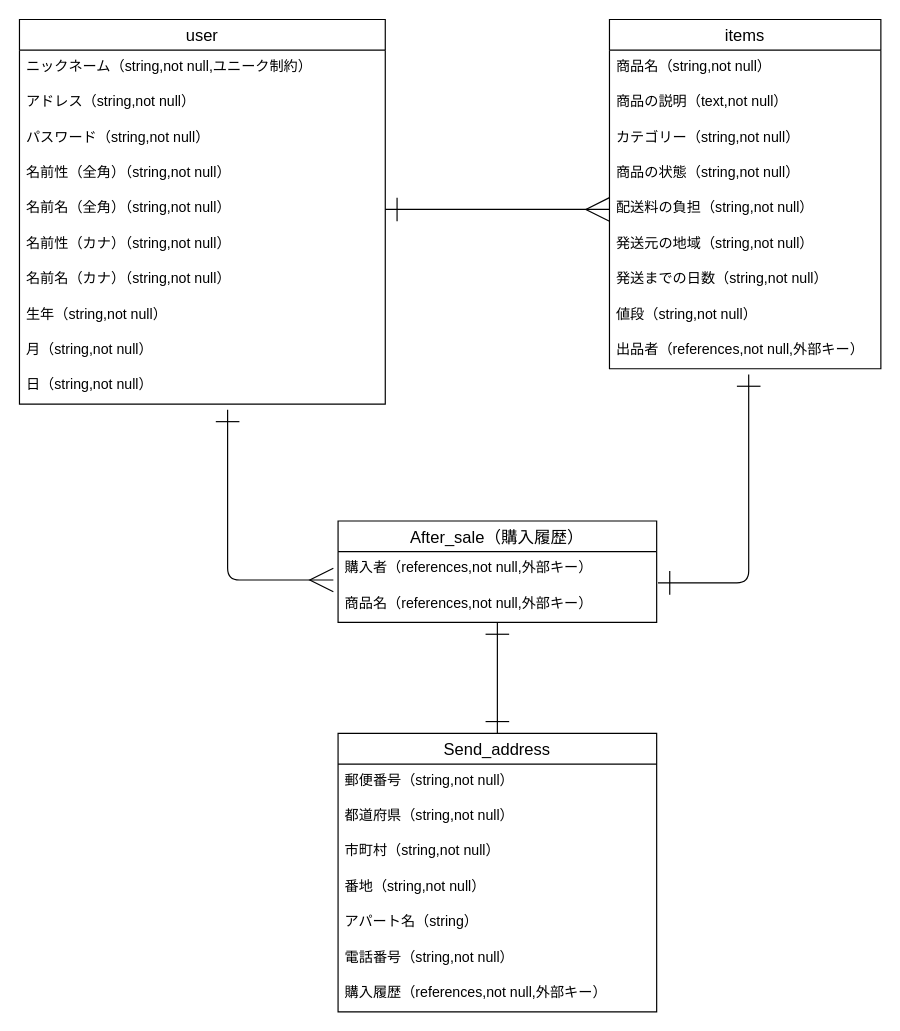
Above: date.dio in naomi0427/furima-38707 (draw.io), before the change. Source tidied: cells renumbered, new cells numbered last; positions are measured from the earlier drawing's top-left corner, leaving out a move shared by most shapes. Both pictures are drawn from the tidied source at 118%, with x=0, y=0 at pixel (19, 19).
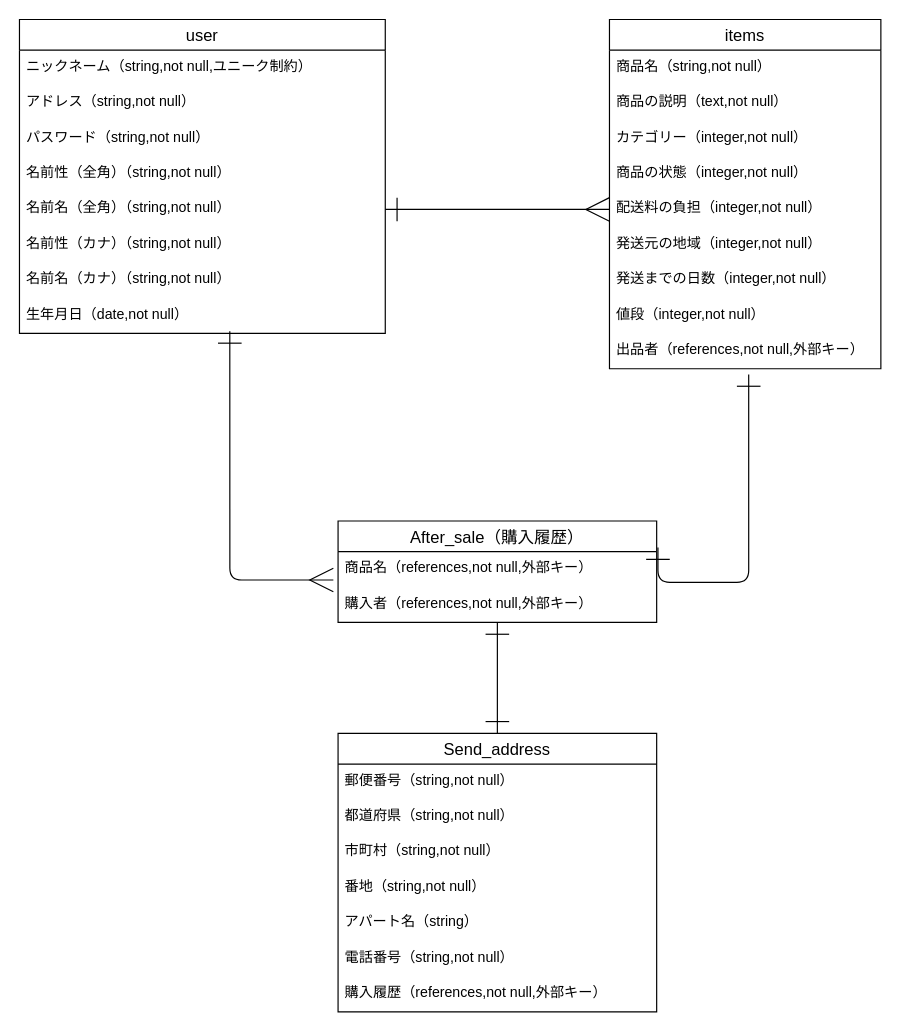
After the change.

Commit message (it also covers changes not shown here):
ER図・README作成の修正

The change refers to these unchanged cells:
```xml
<mxCell id="13" value="items" style="swimlane;fontStyle=0;horizontal=1;startSize=26;align=center;fontSize=14;" parent="1" vertex="1">
  <mxGeometry x="500" width="230" height="296" as="geometry" />
</mxCell>
<mxCell id="25" value="After_sale（購入履歴）" style="swimlane;fontStyle=0;horizontal=1;startSize=26;align=center;fontSize=14;" parent="1" vertex="1">
  <mxGeometry x="270" y="425" width="270" height="86" as="geometry" />
</mxCell>
```

The edit, as a diff of the source:
```diff
@@
     <mxCell id="2" value="user" style="swimlane;fontStyle=0;horizontal=1;startSize=26;align=center;fontSize=14;" parent="1" vertex="1">
-      <mxGeometry width="310" height="326" as="geometry" />
+      <mxGeometry width="310" height="266" as="geometry" />
     </mxCell>
@@
-    <mxCell id="10" value="生年（string,not null）" style="text;strokeColor=none;fillColor=none;spacingLeft=4;spacingRight=4;overflow=hidden;points=[[0,0.5],[1,0.5]];portConstraint=eastwest;fontSize=12;" parent="2" vertex="1">
+    <mxCell id="10" value="生年月日（date,not null）" style="text;strokeColor=none;fillColor=none;spacingLeft=4;spacingRight=4;overflow=hidden;points=[[0,0.5],[1,0.5]];portConstraint=eastwest;fontSize=12;" parent="2" vertex="1">
       <mxGeometry y="236" width="310" height="30" as="geometry" />
     </mxCell>
-    <mxCell id="11" value="月（string,not null）" style="text;strokeColor=none;fillColor=none;spacingLeft=4;spacingRight=4;overflow=hidden;fontSize=12;" parent="2" vertex="1">
-      <mxGeometry y="266" width="310" height="30" as="geometry" />
-    </mxCell>
-    <mxCell id="12" value="日（string,not null）" style="text;strokeColor=none;fillColor=none;spacingLeft=4;spacingRight=4;overflow=hidden;points=[[0,0.5],[1,0.5]];portConstraint=eastwest;fontSize=12;" parent="2" vertex="1">
-      <mxGeometry y="296" width="310" height="30" as="geometry" />
-    </mxCell>
@@
-    <mxCell id="16" value="カテゴリー（string,not null）&#10;" style="text;strokeColor=none;fillColor=none;spacingLeft=4;spacingRight=4;overflow=hidden;fontSize=12;" parent="13" vertex="1">
+    <mxCell id="16" value="カテゴリー（integer,not null）&#10;" style="text;strokeColor=none;fillColor=none;spacingLeft=4;spacingRight=4;overflow=hidden;fontSize=12;" parent="13" vertex="1">
       <mxGeometry y="86" width="230" height="30" as="geometry" />
     </mxCell>
-    <mxCell id="17" value="商品の状態（string,not null）" style="text;strokeColor=none;fillColor=none;spacingLeft=4;spacingRight=4;overflow=hidden;fontSize=12;" parent="13" vertex="1">
+    <mxCell id="17" value="商品の状態（integer,not null）" style="text;strokeColor=none;fillColor=none;spacingLeft=4;spacingRight=4;overflow=hidden;fontSize=12;" parent="13" vertex="1">
       <mxGeometry y="116" width="230" height="30" as="geometry" />
     </mxCell>
-    <mxCell id="18" value="配送料の負担（string,not null）" style="text;strokeColor=none;fillColor=none;spacingLeft=4;spacingRight=4;overflow=hidden;points=[[0,0.5],[1,0.5]];portConstraint=eastwest;fontSize=12;" parent="13" vertex="1">
+    <mxCell id="18" value="配送料の負担（integer,not null）" style="text;strokeColor=none;fillColor=none;spacingLeft=4;spacingRight=4;overflow=hidden;points=[[0,0.5],[1,0.5]];portConstraint=eastwest;fontSize=12;" parent="13" vertex="1">
       <mxGeometry y="146" width="230" height="30" as="geometry" />
     </mxCell>
-    <mxCell id="19" value="発送元の地域（string,not null）" style="text;strokeColor=none;fillColor=none;spacingLeft=4;spacingRight=4;overflow=hidden;fontSize=12;" parent="13" vertex="1">
+    <mxCell id="19" value="発送元の地域（integer,not null）" style="text;strokeColor=none;fillColor=none;spacingLeft=4;spacingRight=4;overflow=hidden;fontSize=12;" parent="13" vertex="1">
       <mxGeometry y="176" width="230" height="30" as="geometry" />
     </mxCell>
-    <mxCell id="20" value="発送までの日数（string,not null）" style="text;strokeColor=none;fillColor=none;spacingLeft=4;spacingRight=4;overflow=hidden;fontSize=12;" parent="13" vertex="1">
+    <mxCell id="20" value="発送までの日数（integer,not null）" style="text;strokeColor=none;fillColor=none;spacingLeft=4;spacingRight=4;overflow=hidden;fontSize=12;" parent="13" vertex="1">
       <mxGeometry y="206" width="230" height="30" as="geometry" />
     </mxCell>
-    <mxCell id="21" value="値段（string,not null）" style="text;strokeColor=none;fillColor=none;spacingLeft=4;spacingRight=4;overflow=hidden;fontSize=12;" parent="13" vertex="1">
+    <mxCell id="21" value="値段（integer,not null）" style="text;strokeColor=none;fillColor=none;spacingLeft=4;spacingRight=4;overflow=hidden;fontSize=12;" parent="13" vertex="1">
       <mxGeometry y="236" width="230" height="30" as="geometry" />
     </mxCell>
@@
+    <mxCell id="27" value="商品名（references,not null,外部キー）" style="text;strokeColor=none;fillColor=none;spacingLeft=4;spacingRight=4;overflow=hidden;points=[[0,0.5],[1,0.5]];portConstraint=eastwest;fontSize=12;" parent="25" vertex="1">
+      <mxGeometry y="26" width="270" height="30" as="geometry" />
+    </mxCell>
     <mxCell id="26" value="購入者（references,not null,外部キー）" style="text;strokeColor=none;fillColor=none;spacingLeft=4;spacingRight=4;overflow=hidden;fontSize=12;" parent="25" vertex="1">
-      <mxGeometry y="26" width="270" height="30" as="geometry" />
+      <mxGeometry y="56" width="270" height="30" as="geometry" />
     </mxCell>
-    <mxCell id="27" value="商品名（references,not null,外部キー）" style="text;strokeColor=none;fillColor=none;spacingLeft=4;spacingRight=4;overflow=hidden;points=[[0,0.5],[1,0.5]];portConstraint=eastwest;fontSize=12;" parent="25" vertex="1">
-      <mxGeometry y="56" width="270" height="30" as="geometry" />
-    </mxCell>
-    <mxCell id="28" style="edgeStyle=orthogonalEdgeStyle;html=1;exitX=0.569;exitY=1.161;exitDx=0;exitDy=0;startArrow=ERone;startFill=0;endArrow=ERmany;endFill=0;endSize=18;startSize=18;exitPerimeter=0;jumpSize=6;" parent="1" edge="1" source="12">
+    <mxCell id="28" style="edgeStyle=orthogonalEdgeStyle;html=1;exitX=0.575;exitY=0.944;exitDx=0;exitDy=0;startArrow=ERone;startFill=0;endArrow=ERmany;endFill=0;endSize=18;startSize=18;exitPerimeter=0;jumpSize=6;" parent="1" edge="1" source="10">
       <mxGeometry relative="1" as="geometry">
         <mxPoint x="266" y="475" as="targetPoint" />
         <Array as="points">
-          <mxPoint x="176" y="475" />
-          <mxPoint x="266" y="475" />
+          <mxPoint x="178" y="475" />
         </Array>
       </mxGeometry>
     </mxCell>
```
